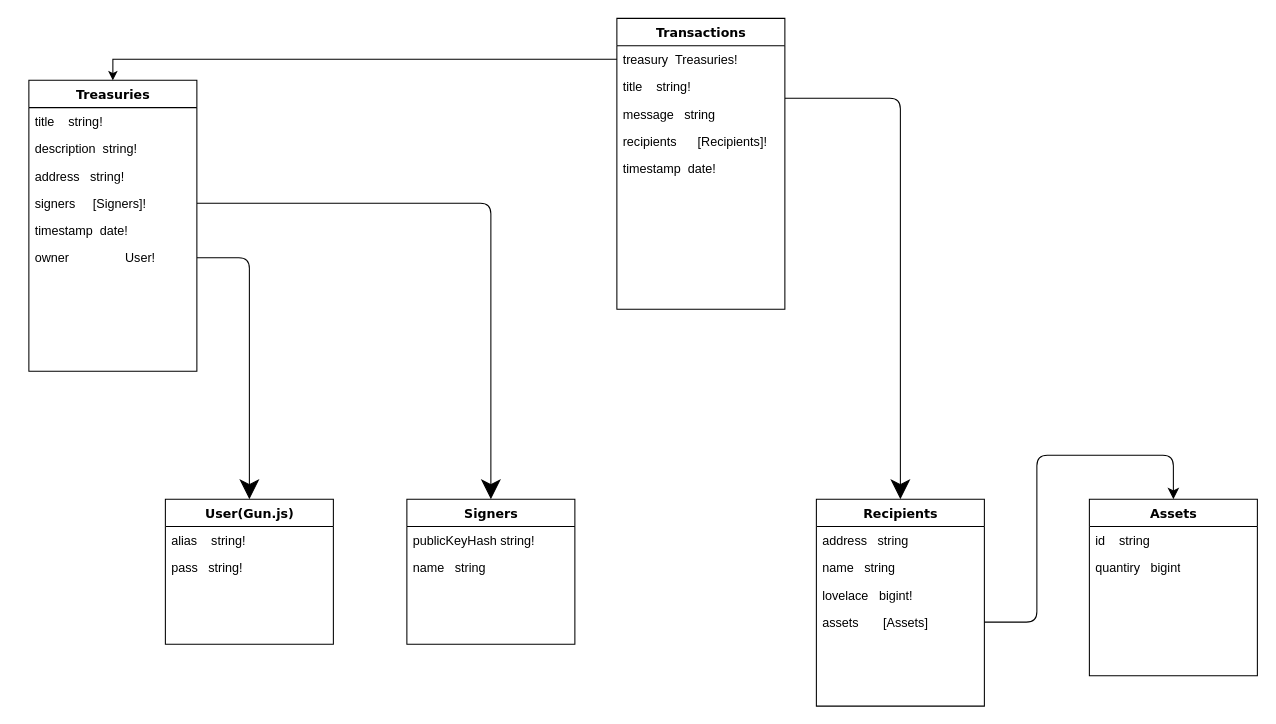
The draw.io diagram Untitled Diagram.drawio in sake-pool/datamodel, before the edit. Source tidied: cells renumbered, new cells numbered last; positions are measured from the earlier drawing's top-left corner, leaving out a move shared by most shapes. Both pictures are drawn from the tidied source at 105%, with x=0, y=0 at pixel (28, 18).
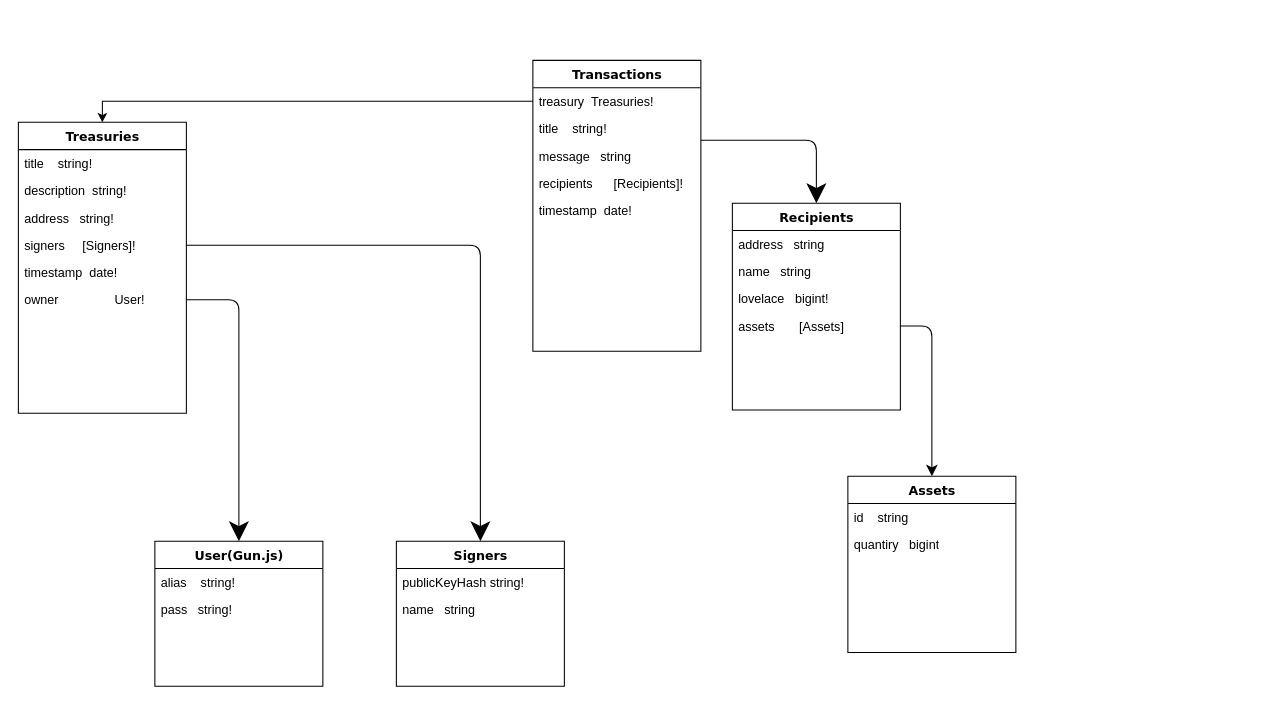
The same diagram, later.

Unchanged cells that the change refers to:
```xml
<mxCell id="8" value="signers&lt;span style=&quot;white-space: pre&quot;&gt; &lt;/span&gt;&lt;span style=&quot;white-space: pre&quot;&gt; &lt;/span&gt;&amp;nbsp; &amp;nbsp;[Signers]!" style="text;html=1;strokeColor=none;fillColor=none;align=left;verticalAlign=top;spacingLeft=4;spacingRight=4;whiteSpace=wrap;overflow=hidden;points=[[0,0.5],[1,0.5]];portConstraint=eastwest;" parent="4" vertex="1">
  <mxGeometry y="104" width="160" height="26" as="geometry" />
</mxCell>
<mxCell id="10" value="owner&amp;nbsp; &amp;nbsp; &amp;nbsp; &amp;nbsp;&lt;span style=&quot;white-space: pre&quot;&gt; &lt;/span&gt;&amp;nbsp; &amp;nbsp; &amp;nbsp; &amp;nbsp; User!" style="text;html=1;strokeColor=none;fillColor=none;align=left;verticalAlign=top;spacingLeft=4;spacingRight=4;whiteSpace=wrap;overflow=hidden;points=[[0,0.5],[1,0.5]];portConstraint=eastwest;" parent="4" vertex="1">
  <mxGeometry y="156" width="160" height="26" as="geometry" />
</mxCell>
<mxCell id="22" value="assets&lt;span style=&quot;white-space: pre&quot;&gt; &lt;/span&gt;&lt;span style=&quot;white-space: pre&quot;&gt; &lt;/span&gt;&amp;nbsp; &amp;nbsp; &amp;nbsp;[Assets]" style="text;html=1;strokeColor=none;fillColor=none;align=left;verticalAlign=top;spacingLeft=4;spacingRight=4;whiteSpace=wrap;overflow=hidden;points=[[0,0.5],[1,0.5]];portConstraint=eastwest;" parent="18" vertex="1">
  <mxGeometry y="104" width="160" height="26" as="geometry" />
</mxCell>
```

What changed in the source:
```diff
@@
     <mxCell id="2" style="edgeStyle=orthogonalEdgeStyle;html=1;labelBackgroundColor=none;startFill=0;startSize=8;endArrow=classic;endFill=1;endSize=16;fontFamily=Verdana;fontSize=12;exitX=1;exitY=0.5;exitDx=0;exitDy=0;entryX=0.5;entryY=0;entryDx=0;entryDy=0;" parent="1" edge="1" source="10" target="26">
       <mxGeometry relative="1" as="geometry">
         <Array as="points">
-          <mxPoint x="210" y="228" />
+          <mxPoint x="200" y="268" />
         </Array>
       </mxGeometry>
     </mxCell>
     <mxCell id="3" style="edgeStyle=orthogonalEdgeStyle;html=1;labelBackgroundColor=none;startFill=0;startSize=8;endArrow=classic;endFill=1;endSize=16;fontFamily=Verdana;fontSize=12;entryX=0.5;entryY=0;entryDx=0;entryDy=0;exitX=1;exitY=0.5;exitDx=0;exitDy=0;" parent="1" edge="1" source="8" target="23">
       <mxGeometry relative="1" as="geometry">
         <Array as="points">
-          <mxPoint x="440" y="176" />
+          <mxPoint x="430" y="216" />
         </Array>
       </mxGeometry>
     </mxCell>
     <mxCell id="4" value="Treasuries" style="swimlane;html=1;fontStyle=1;align=center;verticalAlign=top;horizontal=1;startSize=26;swimlaneFillColor=#ffffff;rounded=0;shadow=0;comic=0;labelBackgroundColor=none;strokeWidth=1;fillColor=none;fontFamily=Verdana;fontSize=12;" parent="1" vertex="1">
-      <mxGeometry y="59" width="160" height="277" as="geometry" />
+      <mxGeometry x="-10" y="99" width="160" height="277" as="geometry" />
     </mxCell>
@@
-    <mxCell id="11" style="edgeStyle=elbowEdgeStyle;html=1;labelBackgroundColor=none;startFill=0;startSize=8;endArrow=classic;endFill=1;endSize=16;fontFamily=Verdana;fontSize=12;elbow=vertical;" parent="1" edge="1" source="12" target="18">
+    <mxCell id="11" style="edgeStyle=elbowEdgeStyle;html=1;labelBackgroundColor=none;startFill=0;startSize=8;endArrow=classic;endFill=1;endSize=16;fontFamily=Verdana;fontSize=12;elbow=vertical;entryX=0.5;entryY=0;entryDx=0;entryDy=0;" parent="1" edge="1" source="12" target="18">
       <mxGeometry relative="1" as="geometry">
         <Array as="points">
-          <mxPoint x="715" y="76" />
+          <mxPoint x="705" y="116" />
         </Array>
       </mxGeometry>
     </mxCell>
     <mxCell id="12" value="Transactions" style="swimlane;html=1;fontStyle=1;align=center;verticalAlign=top;horizontal=1;startSize=26;swimlaneFillColor=#ffffff;rounded=0;shadow=0;comic=0;labelBackgroundColor=none;strokeWidth=1;fillColor=none;fontFamily=Verdana;fontSize=12;" parent="1" vertex="1">
-      <mxGeometry x="560" width="160" height="277" as="geometry" />
+      <mxGeometry x="480" y="40" width="160" height="277" as="geometry" />
     </mxCell>
@@
     <mxCell id="18" value="Recipients" style="swimlane;html=1;fontStyle=1;align=center;verticalAlign=top;horizontal=1;startSize=26;swimlaneFillColor=#ffffff;rounded=0;shadow=0;comic=0;labelBackgroundColor=none;strokeWidth=1;fillColor=none;fontFamily=Verdana;fontSize=12;" parent="1" vertex="1">
-      <mxGeometry x="750" y="458" width="160" height="197" as="geometry" />
+      <mxGeometry x="670" y="176" width="160" height="197" as="geometry" />
     </mxCell>
@@
     <mxCell id="23" value="Signers" style="swimlane;html=1;fontStyle=1;align=center;verticalAlign=top;horizontal=1;startSize=26;swimlaneFillColor=#ffffff;rounded=0;shadow=0;comic=0;labelBackgroundColor=none;strokeWidth=1;fillColor=none;fontFamily=Verdana;fontSize=12;" parent="1" vertex="1">
-      <mxGeometry x="360" y="458" width="160" height="138" as="geometry" />
+      <mxGeometry x="350" y="498" width="160" height="138" as="geometry" />
     </mxCell>
@@
     <mxCell id="26" value="User(Gun.js)" style="swimlane;html=1;fontStyle=1;align=center;verticalAlign=top;horizontal=1;startSize=26;swimlaneFillColor=#ffffff;rounded=0;shadow=0;comic=0;labelBackgroundColor=none;strokeWidth=1;fillColor=none;fontFamily=Verdana;fontSize=12;" parent="1" vertex="1">
-      <mxGeometry x="130" y="458" width="160" height="138" as="geometry" />
+      <mxGeometry x="120" y="498" width="160" height="138" as="geometry" />
     </mxCell>
@@
     <mxCell id="29" style="edgeStyle=orthogonalEdgeStyle;html=1;labelBackgroundColor=none;startFill=1;startSize=8;endArrow=none;endFill=0;endSize=16;fontFamily=Verdana;fontSize=12;entryX=1;entryY=0.5;entryDx=0;entryDy=0;exitX=0.5;exitY=0;exitDx=0;exitDy=0;startArrow=classic;" parent="1" edge="1" source="30" target="22">
       <mxGeometry relative="1" as="geometry">
         <Array as="points">
-          <mxPoint x="1090" y="416" />
-          <mxPoint x="960" y="416" />
-          <mxPoint x="960" y="575" />
+          <mxPoint x="860" y="293" />
         </Array>
       </mxGeometry>
     </mxCell>
     <mxCell id="30" value="Assets" style="swimlane;html=1;fontStyle=1;align=center;verticalAlign=top;horizontal=1;startSize=26;swimlaneFillColor=#ffffff;rounded=0;shadow=0;comic=0;labelBackgroundColor=none;strokeWidth=1;fillColor=none;fontFamily=Verdana;fontSize=12;" parent="1" vertex="1">
-      <mxGeometry x="1010" y="458" width="160" height="168" as="geometry" />
+      <mxGeometry x="780" y="436" width="160" height="168" as="geometry" />
     </mxCell>
```
